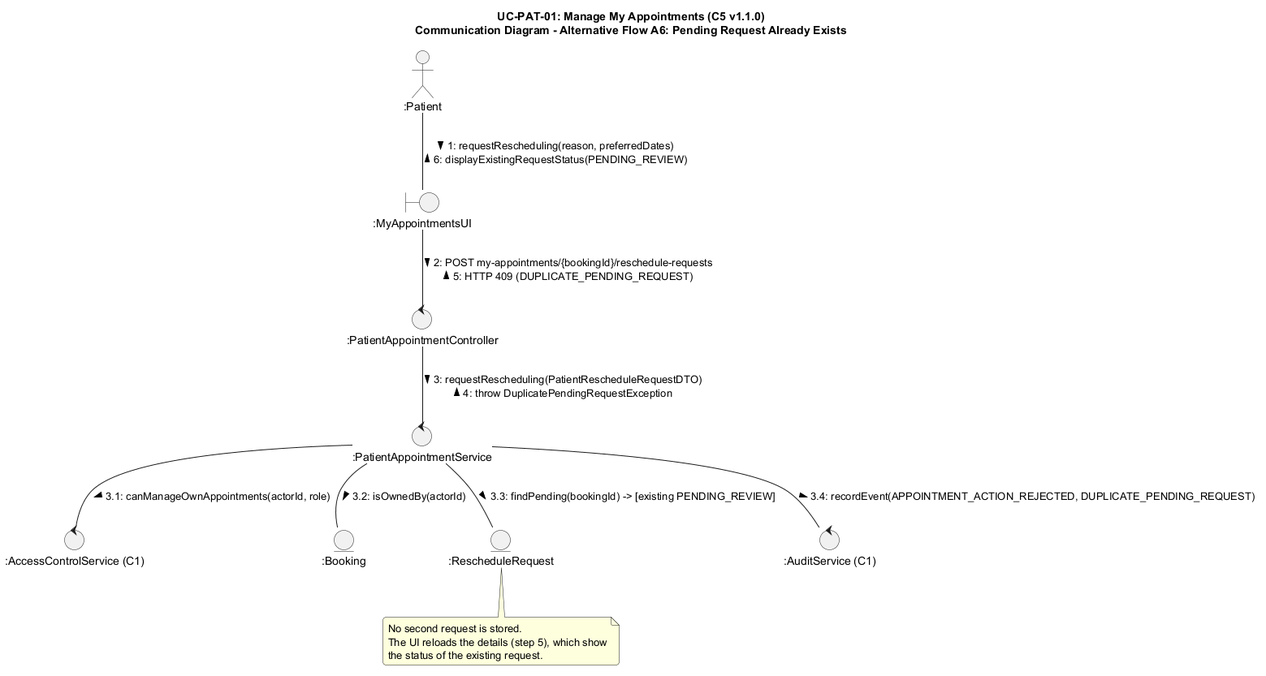
Before: docs/diagrams/UC-PAT-01/uc-pat-01-comm-alt-a6.png, a diagram exported from PlantUML (paticama/ISO26-ISO2-A1.01).
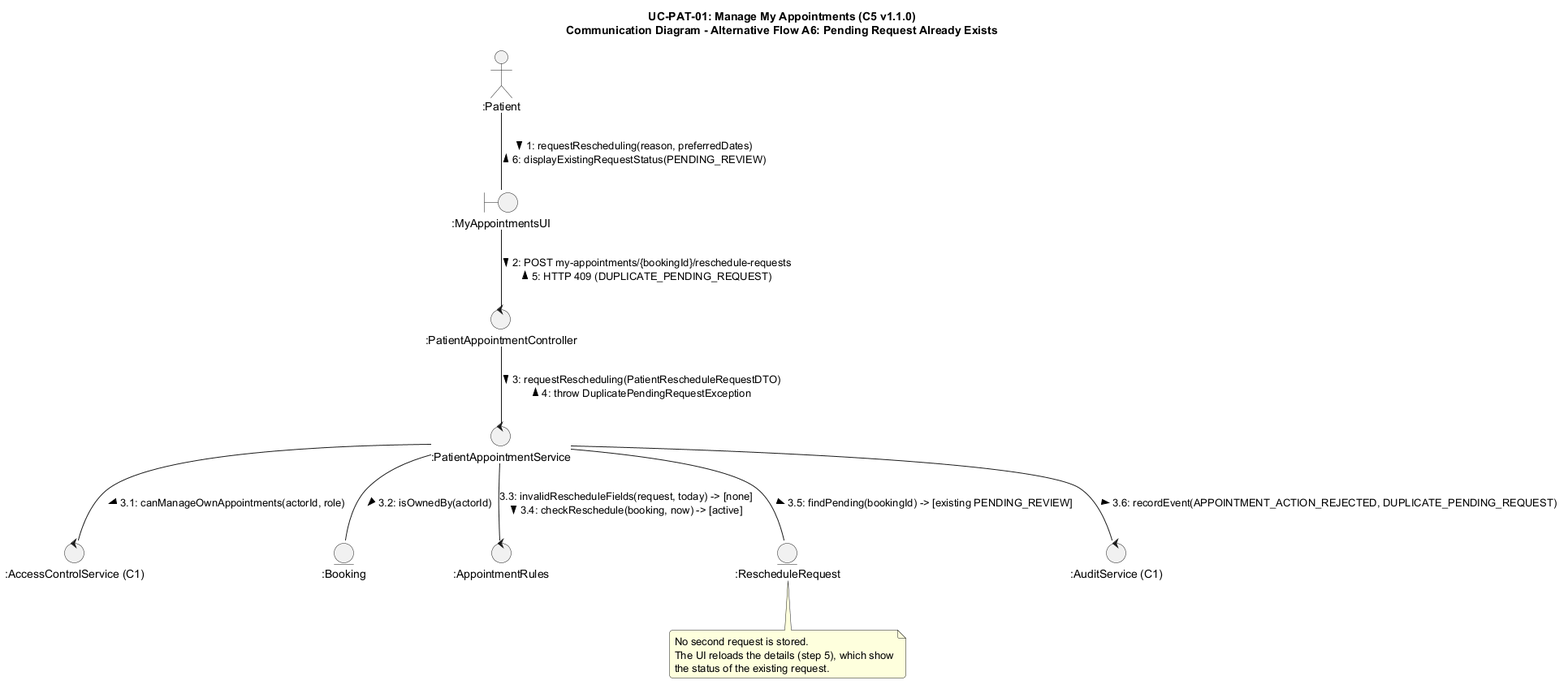
The same file after the commit.

Change to the diagram source:
```diff
@@ -11,6 +11,7 @@
 control ":PatientAppointmentService" as srv
 control ":AccessControlService (C1)" as c1
 entity ":Booking" as booking
+control ":AppointmentRules" as rules
 entity ":RescheduleRequest" as req
 control ":AuditService (C1)" as audit
 
@@ -24,9 +25,11 @@
 
 srv -- booking : 3.2: isOwnedBy(actorId) >
 
-srv -- req : 3.3: findPending(bookingId) -> [existing PENDING_REVIEW] >
+srv -- rules : 3.3: invalidRescheduleFields(request, today) -> [none]\n3.4: checkReschedule(booking, now) -> [active] >
 
-srv -- audit : 3.4: recordEvent(APPOINTMENT_ACTION_REJECTED, DUPLICATE_PENDING_REQUEST) >
+srv -- req : 3.5: findPending(bookingId) -> [existing PENDING_REVIEW] >
+
+srv -- audit : 3.6: recordEvent(APPOINTMENT_ACTION_REJECTED, DUPLICATE_PENDING_REQUEST) >
 
 note bottom of req
   No second request is stored.
```
